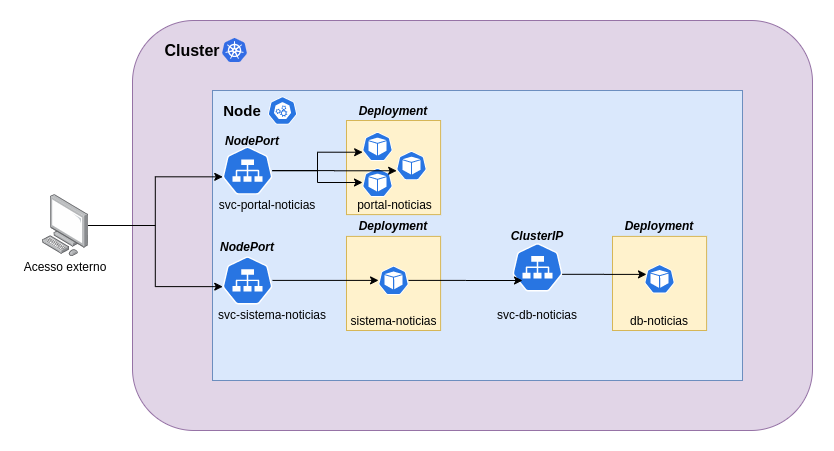
The draw.io diagram News_project_architecture.png in jonathanmdr/kubernetes, before a commit. Source tidied: cells renumbered, new cells last; positions are measured from the earlier drawing's top-left corner, leaving out a move shared by most shapes.
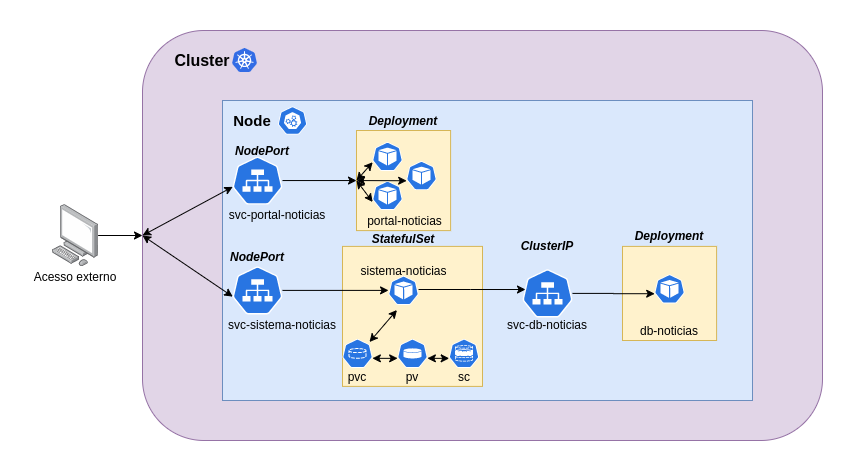
The same file after the commit.

Commit message:
Nova imagem de arquitetura

The edit, as a diff of the source:
```diff
@@ -5,6 +5,9 @@
     <mxCell id="2" style="rounded=1;whiteSpace=wrap;html=1;fillColor=#e1d5e7;strokeColor=#9673a6;" parent="1" vertex="1">
       <mxGeometry x="112" width="680" height="410" as="geometry" />
     </mxCell>
+    <mxCell id="41" style="edgeStyle=orthogonalEdgeStyle;rounded=0;jettySize=auto;html=1;" parent="1" edge="1" source="3" target="2">
+      <mxGeometry relative="1" as="geometry" />
+    </mxCell>
     <mxCell id="3" style="points=[];html=1;align=center;shadow=0;dashed=0;image;image=img/lib/allied_telesis/computer_and_terminals/Personal_Computer.svg;" parent="1" vertex="1">
       <mxGeometry x="22" y="174.1" width="45.6" height="61.8" as="geometry" />
     </mxCell>
@@ -12,7 +15,7 @@
       <mxGeometry x="152" y="20" width="40" height="20" as="geometry" />
     </mxCell>
     <mxCell id="5" style="rounded=0;whiteSpace=wrap;html=1;fillColor=#dae8fc;strokeColor=#6c8ebf;" parent="1" vertex="1">
-      <mxGeometry x="192" y="70" width="530" height="290" as="geometry" />
+      <mxGeometry x="192" y="70" width="530" height="300" as="geometry" />
     </mxCell>
     <mxCell id="6" value="&lt;b&gt;&lt;font style=&quot;font-size: 15px&quot;&gt;Node&lt;/font&gt;&lt;/b&gt;" style="text;html=1;strokeColor=none;fillColor=none;align=center;verticalAlign=middle;whiteSpace=wrap;rounded=0;" parent="1" vertex="1">
       <mxGeometry x="202" y="80" width="40" height="20" as="geometry" />
@@ -23,6 +26,9 @@
     <mxCell id="8" style="html=1;dashed=0;whitespace=wrap;fillColor=#2875E2;strokeColor=#ffffff;shape=mxgraph.kubernetes.icon;prIcon=master;" parent="1" vertex="1">
       <mxGeometry x="242" y="76" width="40" height="28" as="geometry" />
     </mxCell>
+    <mxCell id="42" style="edgeStyle=orthogonalEdgeStyle;rounded=0;jettySize=auto;html=1;entryX=0;entryY=0.5;entryDx=0;entryDy=0;" parent="1" edge="1" source="9" target="21">
+      <mxGeometry relative="1" as="geometry" />
+    </mxCell>
     <mxCell id="9" style="html=1;dashed=0;whitespace=wrap;fillColor=#2875E2;strokeColor=#ffffff;points=[[0.005,0.63,0],[0.1,0.2,0],[0.9,0.2,0],[0.5,0,0],[0.995,0.63,0],[0.72,0.99,0],[0.5,1,0],[0.28,0.99,0]];shape=mxgraph.kubernetes.icon;prIcon=svc;" parent="1" vertex="1">
       <mxGeometry x="202" y="126.1" width="50" height="48" as="geometry" />
     </mxCell>
@@ -35,12 +41,6 @@
     <mxCell id="12" value="svc-sistema-noticias" style="text;html=1;strokeColor=none;fillColor=none;align=center;verticalAlign=middle;whiteSpace=wrap;rounded=0;" parent="1" vertex="1">
       <mxGeometry x="192" y="283.9" width="120" height="20" as="geometry" />
     </mxCell>
-    <mxCell id="13" style="edgeStyle=orthogonalEdgeStyle;rounded=0;jettySize=auto;html=1;entryX=0.005;entryY=0.63;entryDx=0;entryDy=0;entryPerimeter=0;" parent="1" edge="1" source="3" target="9">
-      <mxGeometry relative="1" as="geometry" />
-    </mxCell>
-    <mxCell id="14" style="edgeStyle=orthogonalEdgeStyle;rounded=0;jettySize=auto;html=1;entryX=0.005;entryY=0.63;entryDx=0;entryDy=0;entryPerimeter=0;" parent="1" edge="1" source="3" target="11">
-      <mxGeometry relative="1" as="geometry" />
-    </mxCell>
     <mxCell id="15" value="Acesso externo" style="text;html=1;strokeColor=none;fillColor=none;align=center;verticalAlign=middle;whiteSpace=wrap;rounded=0;" parent="1" vertex="1">
       <mxGeometry x="-0.2" y="235.9" width="90" height="20" as="geometry" />
     </mxCell>
@@ -51,7 +51,7 @@
       <mxGeometry x="207" y="215.9" width="40" height="20" as="geometry" />
     </mxCell>
     <mxCell id="18" style="html=1;dashed=0;whitespace=wrap;fillColor=#2875E2;strokeColor=#ffffff;points=[[0.005,0.63,0],[0.1,0.2,0],[0.9,0.2,0],[0.5,0,0],[0.995,0.63,0],[0.72,0.99,0],[0.5,1,0],[0.28,0.99,0]];shape=mxgraph.kubernetes.icon;prIcon=svc;" parent="1" vertex="1">
-      <mxGeometry x="492" y="219.8" width="50" height="54" as="geometry" />
+      <mxGeometry x="492" y="235.9" width="50" height="54" as="geometry" />
     </mxCell>
     <mxCell id="19" value="svc-db-noticias" style="text;html=1;strokeColor=none;fillColor=none;align=center;verticalAlign=middle;whiteSpace=wrap;rounded=0;" parent="1" vertex="1">
       <mxGeometry x="472" y="283.9" width="90" height="20" as="geometry" />
@@ -60,13 +60,13 @@
       <mxGeometry x="497" y="205" width="40" height="20" as="geometry" />
     </mxCell>
     <mxCell id="21" style="whiteSpace=wrap;html=1;fillColor=#fff2cc;strokeColor=#d6b656;" parent="1" vertex="1">
-      <mxGeometry x="326" y="100" width="94.1" height="94.1" as="geometry" />
+      <mxGeometry x="326" y="100" width="94.1" height="100.1" as="geometry" />
     </mxCell>
     <mxCell id="22" style="html=1;dashed=0;whitespace=wrap;fillColor=#2875E2;strokeColor=#ffffff;points=[[0.005,0.63,0],[0.1,0.2,0],[0.9,0.2,0],[0.5,0,0],[0.995,0.63,0],[0.72,0.99,0],[0.5,1,0],[0.28,0.99,0]];shape=mxgraph.kubernetes.icon;prIcon=pod;" parent="1" vertex="1">
       <mxGeometry x="342" y="104" width="30" height="44" as="geometry" />
     </mxCell>
     <mxCell id="23" style="html=1;dashed=0;whitespace=wrap;fillColor=#2875E2;strokeColor=#ffffff;points=[[0.005,0.63,0],[0.1,0.2,0],[0.9,0.2,0],[0.5,0,0],[0.995,0.63,0],[0.72,0.99,0],[0.5,1,0],[0.28,0.99,0]];shape=mxgraph.kubernetes.icon;prIcon=pod;" parent="1" vertex="1">
-      <mxGeometry x="342" y="140" width="30" height="44" as="geometry" />
+      <mxGeometry x="342" y="140" width="30" height="50" as="geometry" />
     </mxCell>
     <mxCell id="24" style="html=1;dashed=0;whitespace=wrap;fillColor=#2875E2;strokeColor=#ffffff;points=[[0.005,0.63,0],[0.1,0.2,0],[0.9,0.2,0],[0.5,0,0],[0.995,0.63,0],[0.72,0.99,0],[0.5,1,0],[0.28,0.99,0]];shape=mxgraph.kubernetes.icon;prIcon=pod;" parent="1" vertex="1">
       <mxGeometry x="376" y="125.1" width="30" height="40" as="geometry" />
@@ -74,27 +74,20 @@
     <mxCell id="25" value="&lt;b&gt;&lt;i&gt;Deployment&lt;/i&gt;&lt;/b&gt;" style="text;html=1;strokeColor=none;fillColor=none;align=center;verticalAlign=middle;whiteSpace=wrap;rounded=0;" parent="1" vertex="1">
       <mxGeometry x="353.1" y="80" width="40" height="20" as="geometry" />
     </mxCell>
-    <mxCell id="26" style="edgeStyle=orthogonalEdgeStyle;rounded=0;jettySize=auto;html=1;" parent="1" edge="1" source="9" target="23">
-      <mxGeometry relative="1" as="geometry" />
-    </mxCell>
-    <mxCell id="27" style="edgeStyle=orthogonalEdgeStyle;rounded=0;jettySize=auto;html=1;entryX=0.005;entryY=0.63;entryDx=0;entryDy=0;entryPerimeter=0;" parent="1" edge="1" source="9" target="22">
-      <mxGeometry relative="1" as="geometry" />
-    </mxCell>
-    <mxCell id="28" style="edgeStyle=orthogonalEdgeStyle;rounded=0;jettySize=auto;html=1;entryX=0.005;entryY=0.63;entryDx=0;entryDy=0;entryPerimeter=0;" parent="1" edge="1" source="9" target="24">
-      <mxGeometry relative="1" as="geometry" />
-    </mxCell>
     <mxCell id="29" value="portal-noticias" style="text;html=1;strokeColor=none;fillColor=none;align=center;verticalAlign=middle;whiteSpace=wrap;rounded=0;" parent="1" vertex="1">
-      <mxGeometry x="329.1" y="174.1" width="91" height="20" as="geometry" />
+      <mxGeometry x="329.1" y="180.1" width="91" height="20" as="geometry" />
     </mxCell>
     <mxCell id="30" style="whiteSpace=wrap;html=1;fillColor=#fff2cc;strokeColor=#d6b656;" parent="1" vertex="1">
-      <mxGeometry x="326" y="215.9" width="94.1" height="94.1" as="geometry" />
+      <mxGeometry x="312" y="215.9" width="140" height="140" as="geometry" />
     </mxCell>
     <mxCell id="31" value="sistema-noticias" style="text;html=1;strokeColor=none;fillColor=none;align=center;verticalAlign=middle;whiteSpace=wrap;rounded=0;" parent="1" vertex="1">
-      <mxGeometry x="327.5" y="290" width="91" height="20" as="geometry" />
+      <mxGeometry x="327.5" y="230" width="91" height="20" as="geometry" />
     </mxCell>
-    <mxCell id="32" style="edgeStyle=orthogonalEdgeStyle;rounded=0;jettySize=auto;html=1;" parent="1" edge="1" source="33">
+    <mxCell id="32" style="edgeStyle=orthogonalEdgeStyle;rounded=0;jettySize=auto;html=1;entryX=0.06;entryY=0.428;entryDx=0;entryDy=0;entryPerimeter=0;" parent="1" edge="1" source="33" target="18">
       <mxGeometry relative="1" as="geometry">
-        <mxPoint x="502" y="260" as="targetPoint" />
+        <Array as="points">
+          <mxPoint x="440" y="260" />
+        </Array>
       </mxGeometry>
     </mxCell>
     <mxCell id="33" style="html=1;dashed=0;whitespace=wrap;fillColor=#2875E2;strokeColor=#ffffff;points=[[0.005,0.63,0],[0.1,0.2,0],[0.9,0.2,0],[0.5,0,0],[0.995,0.63,0],[0.72,0.99,0],[0.5,1,0],[0.28,0.99,0]];shape=mxgraph.kubernetes.icon;prIcon=pod;" parent="1" vertex="1">
@@ -103,8 +96,8 @@
     <mxCell id="34" style="edgeStyle=orthogonalEdgeStyle;rounded=0;jettySize=auto;html=1;" parent="1" edge="1" source="11" target="33">
       <mxGeometry relative="1" as="geometry" />
     </mxCell>
-    <mxCell id="35" value="&lt;b&gt;&lt;i&gt;Deployment&lt;/i&gt;&lt;/b&gt;" style="text;html=1;strokeColor=none;fillColor=none;align=center;verticalAlign=middle;whiteSpace=wrap;rounded=0;" parent="1" vertex="1">
-      <mxGeometry x="353" y="195" width="40" height="20" as="geometry" />
+    <mxCell id="35" value="&lt;b&gt;&lt;i&gt;StatefulSet&lt;br&gt;&lt;/i&gt;&lt;/b&gt;" style="text;html=1;strokeColor=none;fillColor=none;align=center;verticalAlign=middle;whiteSpace=wrap;rounded=0;" parent="1" vertex="1">
+      <mxGeometry x="353" y="195" width="40" height="25" as="geometry" />
     </mxCell>
     <mxCell id="36" style="whiteSpace=wrap;html=1;fillColor=#fff2cc;strokeColor=#d6b656;" parent="1" vertex="1">
       <mxGeometry x="592" y="215.9" width="94.1" height="94.1" as="geometry" />
@@ -118,8 +111,50 @@
     <mxCell id="39" value="db-noticias" style="text;html=1;strokeColor=none;fillColor=none;align=center;verticalAlign=middle;whiteSpace=wrap;rounded=0;" parent="1" vertex="1">
       <mxGeometry x="604" y="290" width="70" height="20" as="geometry" />
     </mxCell>
+    <mxCell id="43" style="html=1;dashed=0;whitespace=wrap;fillColor=#2875E2;strokeColor=#ffffff;points=[[0.005,0.63,0],[0.1,0.2,0],[0.9,0.2,0],[0.5,0,0],[0.995,0.63,0],[0.72,0.99,0],[0.5,1,0],[0.28,0.99,0]];shape=mxgraph.kubernetes.icon;prIcon=pvc;" parent="1" vertex="1">
+      <mxGeometry x="312" y="303.9" width="30" height="38" as="geometry" />
+    </mxCell>
+    <mxCell id="44" style="html=1;dashed=0;whitespace=wrap;fillColor=#2875E2;strokeColor=#ffffff;points=[[0.005,0.63,0],[0.1,0.2,0],[0.9,0.2,0],[0.5,0,0],[0.995,0.63,0],[0.72,0.99,0],[0.5,1,0],[0.28,0.99,0]];shape=mxgraph.kubernetes.icon;prIcon=pv;" parent="1" vertex="1">
+      <mxGeometry x="367" y="303.9" width="30" height="38" as="geometry" />
+    </mxCell>
+    <mxCell id="45" style="html=1;dashed=0;whitespace=wrap;fillColor=#2875E2;strokeColor=#ffffff;points=[[0.005,0.63,0],[0.1,0.2,0],[0.9,0.2,0],[0.5,0,0],[0.995,0.63,0],[0.72,0.99,0],[0.5,1,0],[0.28,0.99,0]];shape=mxgraph.kubernetes.icon;prIcon=sc;" parent="1" vertex="1">
+      <mxGeometry x="418.6" y="303.9" width="30" height="38" as="geometry" />
+    </mxCell>
+    <mxCell id="46" style="endArrow=classic;startArrow=classic;html=1;entryX=0.005;entryY=0.63;entryDx=0;entryDy=0;entryPerimeter=0;exitX=0;exitY=0.5;exitDx=0;exitDy=0;" parent="1" edge="1" source="21" target="22">
+      <mxGeometry relative="1" as="geometry" />
+    </mxCell>
+    <mxCell id="47" style="endArrow=classic;startArrow=classic;html=1;entryX=0.005;entryY=0.63;entryDx=0;entryDy=0;entryPerimeter=0;exitX=0;exitY=0.5;exitDx=0;exitDy=0;" parent="1" edge="1" source="21" target="23">
+      <mxGeometry relative="1" as="geometry" />
+    </mxCell>
+    <mxCell id="48" style="endArrow=classic;startArrow=classic;html=1;entryX=0.005;entryY=0.63;entryDx=0;entryDy=0;entryPerimeter=0;exitX=0;exitY=0.5;exitDx=0;exitDy=0;" parent="1" edge="1" source="21" target="24">
+      <mxGeometry relative="1" as="geometry" />
+    </mxCell>
-    <mxCell id="40" style="edgeStyle=orthogonalEdgeStyle;rounded=0;jettySize=auto;html=1;entryX=0.065;entryY=0.378;entryDx=0;entryDy=0;entryPerimeter=0;exitX=0.995;exitY=0.63;exitDx=0;exitDy=0;exitPerimeter=0;" parent="1" edge="1" source="18" target="37">
+    <mxCell id="40" style="edgeStyle=orthogonalEdgeStyle;rounded=0;jettySize=auto;html=1;entryX=0.005;entryY=0.63;entryDx=0;entryDy=0;entryPerimeter=0;" parent="1" edge="1" source="18" target="37">
       <mxGeometry relative="1" as="geometry" />
     </mxCell>
+    <mxCell id="49" style="endArrow=classic;startArrow=classic;html=1;entryX=0.28;entryY=0.99;entryDx=0;entryDy=0;entryPerimeter=0;exitX=0.9;exitY=0.2;exitDx=0;exitDy=0;exitPerimeter=0;" parent="1" edge="1" source="43" target="33">
+      <mxGeometry relative="1" as="geometry" />
+    </mxCell>
+    <mxCell id="50" style="endArrow=classic;startArrow=classic;html=1;exitX=0.995;exitY=0.63;exitDx=0;exitDy=0;exitPerimeter=0;entryX=0.005;entryY=0.63;entryDx=0;entryDy=0;entryPerimeter=0;" parent="1" edge="1" source="43" target="44">
+      <mxGeometry relative="1" as="geometry" />
+    </mxCell>
+    <mxCell id="51" style="endArrow=classic;startArrow=classic;html=1;exitX=0.995;exitY=0.63;exitDx=0;exitDy=0;exitPerimeter=0;entryX=0.005;entryY=0.63;entryDx=0;entryDy=0;entryPerimeter=0;" parent="1" edge="1" source="44" target="45">
+      <mxGeometry relative="1" as="geometry" />
+    </mxCell>
+    <mxCell id="52" value="pvc" style="text;html=1;strokeColor=none;fillColor=none;align=center;verticalAlign=middle;whiteSpace=wrap;rounded=0;" parent="1" vertex="1">
+      <mxGeometry x="317" y="335.9" width="20" height="20" as="geometry" />
+    </mxCell>
+    <mxCell id="53" value="pv" style="text;html=1;strokeColor=none;fillColor=none;align=center;verticalAlign=middle;whiteSpace=wrap;rounded=0;" parent="1" vertex="1">
+      <mxGeometry x="372" y="335.9" width="20" height="20" as="geometry" />
+    </mxCell>
+    <mxCell id="54" value="sc" style="text;html=1;strokeColor=none;fillColor=none;align=center;verticalAlign=middle;whiteSpace=wrap;rounded=0;" parent="1" vertex="1">
+      <mxGeometry x="423.6" y="335.9" width="20" height="20" as="geometry" />
+    </mxCell>
+    <mxCell id="55" style="endArrow=classic;startArrow=classic;html=1;entryX=0.005;entryY=0.63;entryDx=0;entryDy=0;entryPerimeter=0;exitX=0;exitY=0.5;exitDx=0;exitDy=0;" parent="1" edge="1" source="2" target="9">
+      <mxGeometry relative="1" as="geometry" />
+    </mxCell>
+    <mxCell id="56" style="endArrow=classic;startArrow=classic;html=1;entryX=0.005;entryY=0.63;entryDx=0;entryDy=0;entryPerimeter=0;exitX=0;exitY=0.5;exitDx=0;exitDy=0;" parent="1" edge="1" source="2" target="11">
+      <mxGeometry relative="1" as="geometry" />
+    </mxCell>
   </root>
 </mxGraphModel>
```
